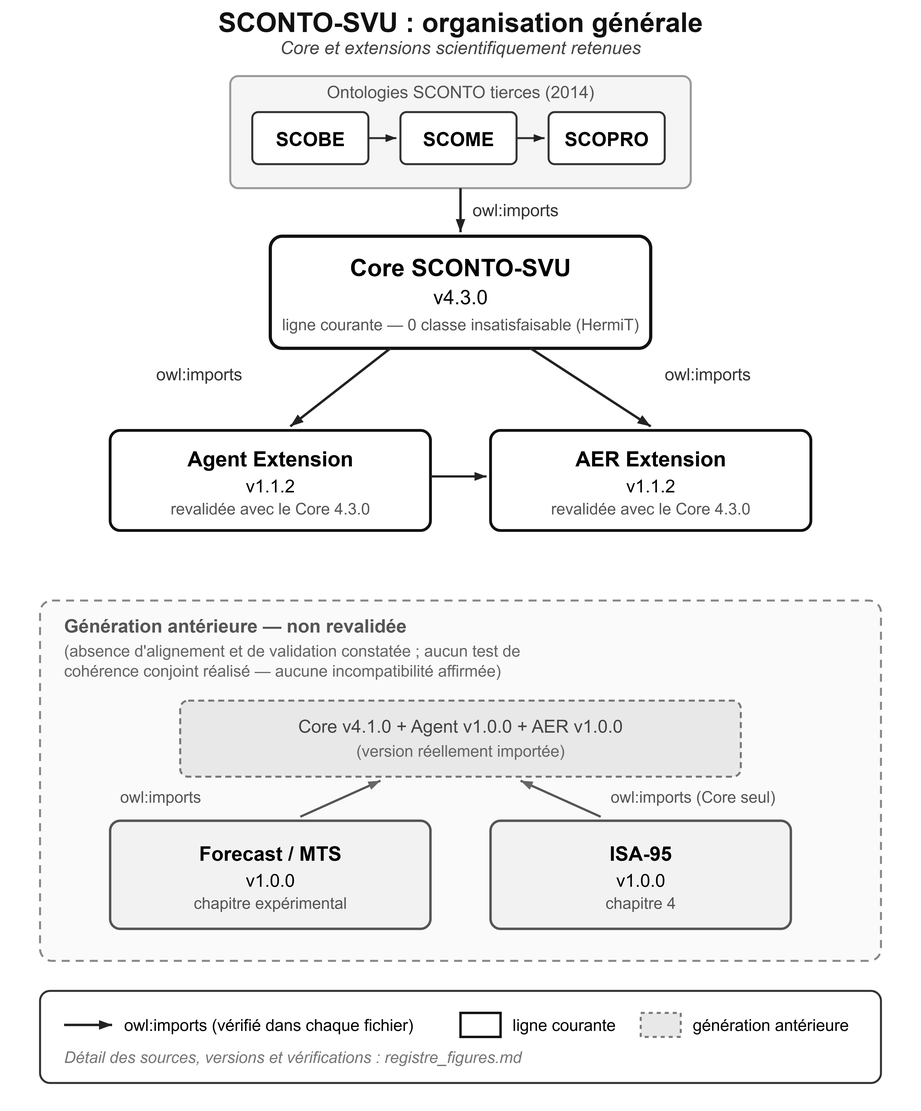
Before: LIVRABLE_SCONTO_SVU/figures/png/F1_organisation_generale.png, a diagram exported from Graphviz (SamLams24/anylogic-model-documentation). Its source is kept beside it as LIVRABLE_SCONTO_SVU/figures/sources/F1_organisation_generale.dot. The source it was exported from:
```dot

digraph F1 {
  rankdir=TB;
  fontname="Arial";
  node [shape=box, fontname="Arial", style=rounded];
  edge [fontname="Arial", fontsize=10];

  subgraph cluster_tiers {
    label="Ontologies SCONTO tierces (2014)";
    style=dashed;
    SCOBE; SCOME; SCOPRO;
    SCOBE -> SCOME [label="imports"];
    SCOME -> SCOPRO [label="imports"];
  }

  Core [label="Core SCONTO-SVU\nv4.3.0\nligne courante"];
  Agent [label="Agent Extension\nv1.1.2\nrevalidée"];
  AER [label="AER Extension\nv1.1.2\nrevalidée"];

  subgraph cluster_old {
    label="Génération antérieure — non revalidée";
    style=dashed;
    OldGen [label="Core v4.1.0 + Agent v1.0.0 + AER v1.0.0", shape=box, style="dashed,rounded"];
    Forecast [label="Forecast / MTS\nv1.0.0\nchapitre expérimental"];
    ISA95 [label="ISA-95\nv1.0.0\nchapitre 4"];
    Forecast -> OldGen [label="owl:imports"];
    ISA95 -> OldGen [label="owl:imports (Core seul)"];
  }

  SCOPRO -> Core [label="owl:imports"];
  Core -> Agent [label="owl:imports"];
  Core -> AER [label="owl:imports"];
  Agent -> AER [label="owl:imports"];

}
```
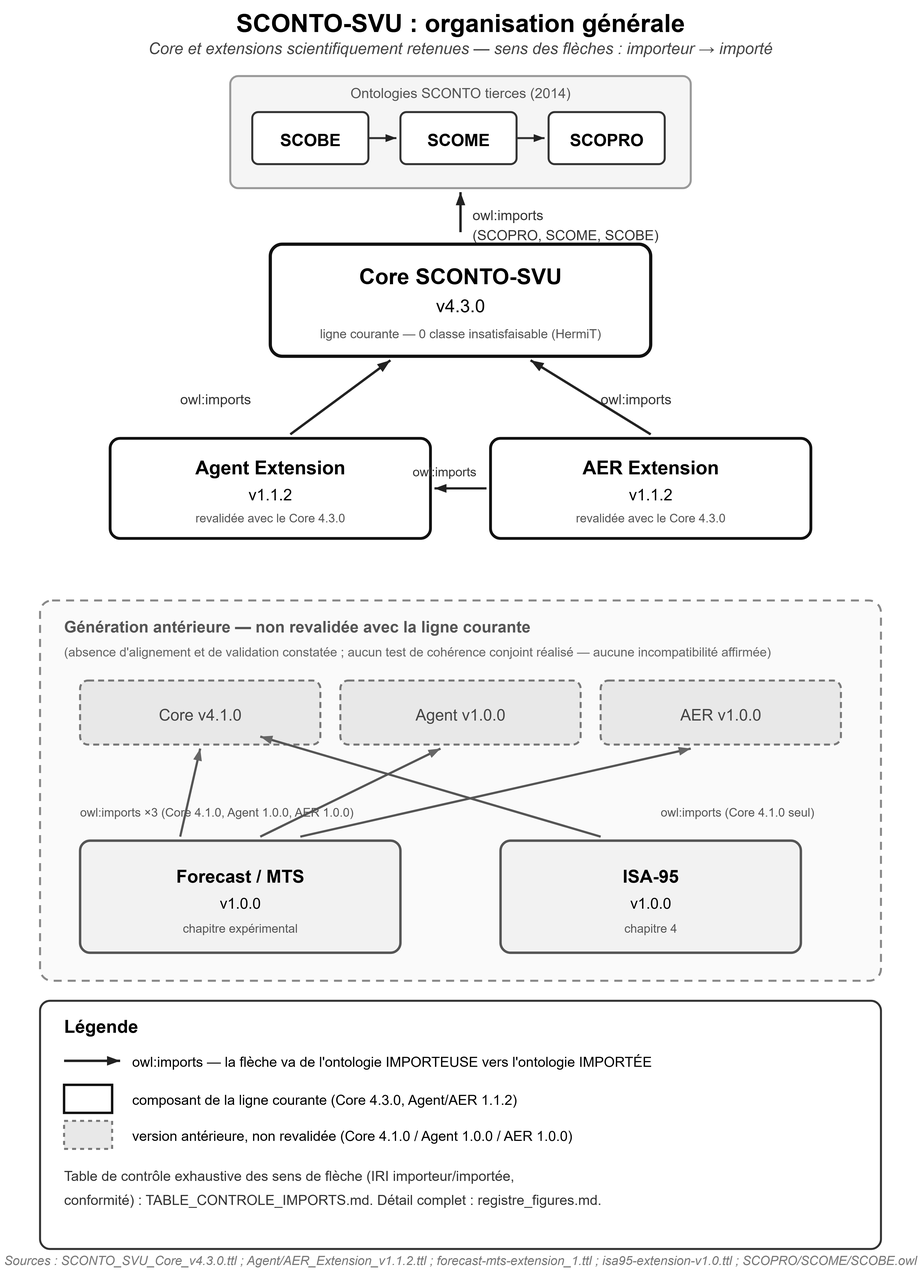
The same file after the commit.

The edit, as a diff of the source:
```diff
@@ -1,6 +1,6 @@
 
 digraph F1 {
-  rankdir=TB;
+  rankdir=BT;
   fontname="Arial";
   node [shape=box, fontname="Arial", style=rounded];
   edge [fontname="Arial", fontsize=10];
@@ -9,8 +9,8 @@
     label="Ontologies SCONTO tierces (2014)";
     style=dashed;
     SCOBE; SCOME; SCOPRO;
-    SCOBE -> SCOME [label="imports"];
-    SCOME -> SCOPRO [label="imports"];
+    SCOBE -> SCOME [label="owl:imports"];
+    SCOME -> SCOPRO [label="owl:imports"];
   }
 
   Core [label="Core SCONTO-SVU\nv4.3.0\nligne courante"];
@@ -20,16 +20,22 @@
   subgraph cluster_old {
     label="Génération antérieure — non revalidée";
     style=dashed;
-    OldGen [label="Core v4.1.0 + Agent v1.0.0 + AER v1.0.0", shape=box, style="dashed,rounded"];
+    CoreOld [label="Core v4.1.0", shape=box, style="dashed,rounded"];
+    AgentOld [label="Agent v1.0.0", shape=box, style="dashed,rounded"];
+    AEROld [label="AER v1.0.0", shape=box, style="dashed,rounded"];
     Forecast [label="Forecast / MTS\nv1.0.0\nchapitre expérimental"];
     ISA95 [label="ISA-95\nv1.0.0\nchapitre 4"];
-    Forecast -> OldGen [label="owl:imports"];
-    ISA95 -> OldGen [label="owl:imports (Core seul)"];
+    Forecast -> CoreOld [label="owl:imports"];
+    Forecast -> AgentOld [label="owl:imports"];
+    Forecast -> AEROld [label="owl:imports"];
+    ISA95 -> CoreOld [label="owl:imports (Core seul)"];
   }
 
-  SCOPRO -> Core [label="owl:imports"];
-  Core -> Agent [label="owl:imports"];
-  Core -> AER [label="owl:imports"];
-  Agent -> AER [label="owl:imports"];
+  Core -> SCOPRO [label="owl:imports"];
+  Core -> SCOME [label="owl:imports"];
+  Core -> SCOBE [label="owl:imports"];
+  Agent -> Core [label="owl:imports"];
+  AER -> Core [label="owl:imports"];
+  AER -> Agent [label="owl:imports"];
 
 }
```
